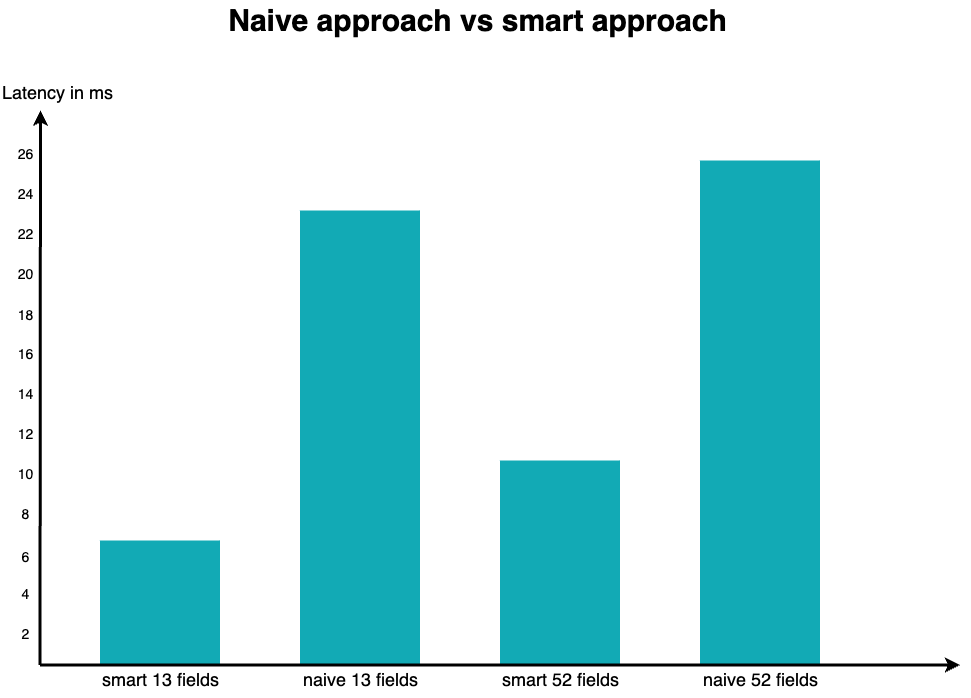
Earlier version of the draw.io export performance_comparison.png (PrivacyEngineering/purpl-naive-approach). Source tidied: cells renumbered, new cells last; positions are measured from the earlier drawing's top-left corner, leaving out a move shared by most shapes. Its diagram source:
```xml
<mxGraphModel>
  <root>
    <mxCell id="0" />
    <mxCell id="1" parent="0" />
    <mxCell id="2" style="whiteSpace=wrap;fillColor=#12AAB5;gradientColor=none;gradientDirection=east;strokeColor=none;html=1;fontColor=#23445d;" parent="1" vertex="1">
      <mxGeometry x="99.5" y="540" width="120" height="124.5" as="geometry" />
    </mxCell>
    <mxCell id="3" style="whiteSpace=wrap;fillColor=#12AAB5;gradientColor=none;gradientDirection=east;strokeColor=none;html=1;fontColor=#23445d;" parent="1" vertex="1">
      <mxGeometry x="299.5" y="210" width="120" height="454.5" as="geometry" />
    </mxCell>
    <mxCell id="4" style="whiteSpace=wrap;fillColor=#12AAB5;gradientColor=none;gradientDirection=east;strokeColor=none;html=1;fontColor=#23445d;" parent="1" vertex="1">
      <mxGeometry x="499.5" y="460" width="120" height="204.5" as="geometry" />
    </mxCell>
    <mxCell id="5" style="whiteSpace=wrap;fillColor=#12AAB5;gradientColor=none;gradientDirection=east;strokeColor=none;html=1;fontColor=#23445d;" parent="1" vertex="1">
      <mxGeometry x="699.5" y="160" width="120" height="504.5" as="geometry" />
    </mxCell>
    <mxCell id="6" style="edgeStyle=none;html=1;fontColor=#000000;strokeWidth=3;strokeColor=#000000;" parent="1" edge="1">
      <mxGeometry relative="1" as="geometry">
        <mxPoint x="39.5" y="664.5" as="sourcePoint" />
        <mxPoint x="40" y="110" as="targetPoint" />
      </mxGeometry>
    </mxCell>
    <mxCell id="7" style="edgeStyle=none;html=1;fontColor=#000000;strokeWidth=3;strokeColor=#000000;" parent="1" edge="1">
      <mxGeometry relative="1" as="geometry">
        <mxPoint x="39.5" y="664.5" as="sourcePoint" />
        <mxPoint x="959.5" y="664.5" as="targetPoint" />
      </mxGeometry>
    </mxCell>
    <mxCell id="8" value="smart 13 fields" style="text;spacingTop=-5;align=center;verticalAlign=middle;fontStyle=0;html=1;fontSize=18;strokeColor=none;" parent="1" vertex="1">
      <mxGeometry x="99.5" y="666.5" width="120" height="30" as="geometry" />
    </mxCell>
    <mxCell id="9" value="naive 13 fields" style="text;spacingTop=-5;align=center;verticalAlign=middle;fontStyle=0;html=1;fontSize=18;strokeColor=none;" parent="1" vertex="1">
      <mxGeometry x="299.5" y="666.5" width="120" height="30" as="geometry" />
    </mxCell>
    <mxCell id="10" value="smart 52 fields" style="text;spacingTop=-5;align=center;verticalAlign=middle;fontStyle=0;html=1;fontSize=18;strokeColor=none;" parent="1" vertex="1">
      <mxGeometry x="499.5" y="666.5" width="120" height="30" as="geometry" />
    </mxCell>
    <mxCell id="11" value="Latency in ms" style="text;spacingTop=-5;html=1;fontSize=18;fontStyle=0;" parent="1" vertex="1">
      <mxGeometry x="-0.5" y="80" width="80" height="20" as="geometry" />
    </mxCell>
    <mxCell id="12" value="&lt;font style=&quot;font-size: 14px;&quot;&gt;2&lt;/font&gt;" style="text;spacingTop=-5;align=center;verticalAlign=middle;fontStyle=0;html=1;fontSize=18;" parent="1" vertex="1">
      <mxGeometry x="20.8" y="630" width="7.5" height="9" as="geometry" />
    </mxCell>
    <mxCell id="13" value="&lt;font style=&quot;font-size: 30px;&quot;&gt;Naive approach vs smart approach&lt;/font&gt;" style="text;spacingTop=-5;align=center;verticalAlign=middle;fontSize=30;fontStyle=1;html=1;" parent="1" vertex="1">
      <mxGeometry x="72" width="810" height="45" as="geometry" />
    </mxCell>
    <mxCell id="14" value="naive 52 fields" style="text;spacingTop=-5;align=center;verticalAlign=middle;fontStyle=0;html=1;fontSize=18;strokeColor=none;" parent="1" vertex="1">
      <mxGeometry x="699.5" y="666.5" width="120" height="30" as="geometry" />
    </mxCell>
    <mxCell id="15" value="&lt;font style=&quot;font-size: 14px;&quot;&gt;4&lt;/font&gt;" style="text;spacingTop=-5;align=center;verticalAlign=middle;fontStyle=0;html=1;fontSize=18;" parent="1" vertex="1">
      <mxGeometry x="20.8" y="590" width="7.5" height="9" as="geometry" />
    </mxCell>
    <mxCell id="16" value="&lt;font style=&quot;font-size: 14px;&quot;&gt;6&lt;/font&gt;" style="text;spacingTop=-5;align=center;verticalAlign=middle;fontStyle=0;html=1;fontSize=18;" parent="1" vertex="1">
      <mxGeometry x="20.8" y="550" width="7.5" height="14.5" as="geometry" />
    </mxCell>
    <mxCell id="17" value="&lt;font style=&quot;font-size: 14px;&quot;&gt;8&lt;/font&gt;" style="text;spacingTop=-5;align=center;verticalAlign=middle;fontStyle=0;html=1;fontSize=18;" parent="1" vertex="1">
      <mxGeometry x="20.8" y="510" width="7.5" height="9" as="geometry" />
    </mxCell>
    <mxCell id="18" value="&lt;font style=&quot;font-size: 14px;&quot;&gt;10&lt;/font&gt;" style="text;spacingTop=-5;align=center;verticalAlign=middle;fontStyle=0;html=1;fontSize=18;" parent="1" vertex="1">
      <mxGeometry x="20.8" y="470" width="7.5" height="9" as="geometry" />
    </mxCell>
    <mxCell id="19" value="&lt;font style=&quot;font-size: 14px;&quot;&gt;12&lt;/font&gt;" style="text;spacingTop=-5;align=center;verticalAlign=middle;fontStyle=0;html=1;fontSize=18;" parent="1" vertex="1">
      <mxGeometry x="20.8" y="430" width="7.5" height="9" as="geometry" />
    </mxCell>
    <mxCell id="20" value="&lt;font style=&quot;font-size: 14px;&quot;&gt;14&lt;/font&gt;" style="text;spacingTop=-5;align=center;verticalAlign=middle;fontStyle=0;html=1;fontSize=18;" parent="1" vertex="1">
      <mxGeometry x="20.8" y="390" width="7.5" height="9" as="geometry" />
    </mxCell>
    <mxCell id="21" value="&lt;font style=&quot;font-size: 14px;&quot;&gt;16&lt;br&gt;&lt;/font&gt;" style="text;spacingTop=-5;align=center;verticalAlign=middle;fontStyle=0;html=1;fontSize=18;" parent="1" vertex="1">
      <mxGeometry x="20.8" y="350" width="7.5" height="9" as="geometry" />
    </mxCell>
    <mxCell id="22" value="&lt;font style=&quot;font-size: 14px;&quot;&gt;18&lt;br&gt;&lt;/font&gt;" style="text;spacingTop=-5;align=center;verticalAlign=middle;fontStyle=0;html=1;fontSize=18;" parent="1" vertex="1">
      <mxGeometry x="20.8" y="311" width="7.5" height="9" as="geometry" />
    </mxCell>
    <mxCell id="23" value="&lt;font style=&quot;font-size: 14px;&quot;&gt;20&lt;br&gt;&lt;/font&gt;" style="text;spacingTop=-5;align=center;verticalAlign=middle;fontStyle=0;html=1;fontSize=18;" parent="1" vertex="1">
      <mxGeometry x="20.8" y="270" width="7.5" height="9" as="geometry" />
    </mxCell>
    <mxCell id="24" value="&lt;font style=&quot;font-size: 14px;&quot;&gt;22&lt;br&gt;&lt;/font&gt;" style="text;spacingTop=-5;align=center;verticalAlign=middle;fontStyle=0;html=1;fontSize=18;" parent="1" vertex="1">
      <mxGeometry x="20.8" y="230" width="7.5" height="9" as="geometry" />
    </mxCell>
    <mxCell id="25" value="&lt;font style=&quot;font-size: 14px;&quot;&gt;24&lt;br&gt;&lt;/font&gt;" style="text;spacingTop=-5;align=center;verticalAlign=middle;fontStyle=0;html=1;fontSize=18;" parent="1" vertex="1">
      <mxGeometry x="20.8" y="190" width="7.5" height="9" as="geometry" />
    </mxCell>
    <mxCell id="26" value="&lt;font style=&quot;font-size: 14px;&quot;&gt;26&lt;br&gt;&lt;/font&gt;" style="text;spacingTop=-5;align=center;verticalAlign=middle;fontStyle=0;html=1;fontSize=18;" parent="1" vertex="1">
      <mxGeometry x="20.8" y="150" width="7.5" height="9" as="geometry" />
    </mxCell>
  </root>
</mxGraphModel>
```
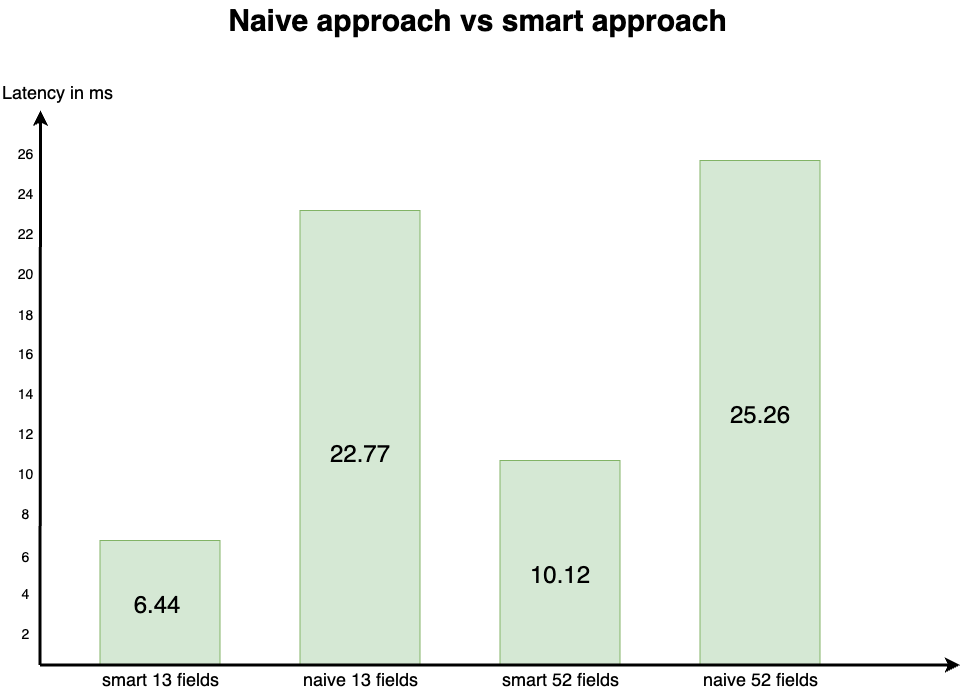
Above is the later version.

What changed in the source:
```diff
@@ -2,16 +2,16 @@
   <root>
     <mxCell id="0" />
     <mxCell id="1" parent="0" />
-    <mxCell id="2" style="whiteSpace=wrap;fillColor=#12AAB5;gradientColor=none;gradientDirection=east;strokeColor=none;html=1;fontColor=#23445d;" parent="1" vertex="1">
+    <mxCell id="2" style="whiteSpace=wrap;fillColor=#d5e8d4;gradientDirection=east;strokeColor=#82b366;html=1;" parent="1" vertex="1">
       <mxGeometry x="99.5" y="540" width="120" height="124.5" as="geometry" />
     </mxCell>
-    <mxCell id="3" style="whiteSpace=wrap;fillColor=#12AAB5;gradientColor=none;gradientDirection=east;strokeColor=none;html=1;fontColor=#23445d;" parent="1" vertex="1">
+    <mxCell id="3" style="whiteSpace=wrap;fillColor=#d5e8d4;gradientDirection=east;strokeColor=#82b366;html=1;" parent="1" vertex="1">
       <mxGeometry x="299.5" y="210" width="120" height="454.5" as="geometry" />
     </mxCell>
-    <mxCell id="4" style="whiteSpace=wrap;fillColor=#12AAB5;gradientColor=none;gradientDirection=east;strokeColor=none;html=1;fontColor=#23445d;" parent="1" vertex="1">
+    <mxCell id="4" style="whiteSpace=wrap;fillColor=#d5e8d4;gradientDirection=east;strokeColor=#82b366;html=1;" parent="1" vertex="1">
       <mxGeometry x="499.5" y="460" width="120" height="204.5" as="geometry" />
     </mxCell>
-    <mxCell id="5" style="whiteSpace=wrap;fillColor=#12AAB5;gradientColor=none;gradientDirection=east;strokeColor=none;html=1;fontColor=#23445d;" parent="1" vertex="1">
+    <mxCell id="5" style="whiteSpace=wrap;fillColor=#d5e8d4;gradientDirection=east;strokeColor=#82b366;html=1;" parent="1" vertex="1">
       <mxGeometry x="699.5" y="160" width="120" height="504.5" as="geometry" />
     </mxCell>
     <mxCell id="6" style="edgeStyle=none;html=1;fontColor=#000000;strokeWidth=3;strokeColor=#000000;" parent="1" edge="1">
@@ -83,5 +83,17 @@
     <mxCell id="26" value="&lt;font style=&quot;font-size: 14px;&quot;&gt;26&lt;br&gt;&lt;/font&gt;" style="text;spacingTop=-5;align=center;verticalAlign=middle;fontStyle=0;html=1;fontSize=18;" parent="1" vertex="1">
       <mxGeometry x="20.8" y="150" width="7.5" height="9" as="geometry" />
     </mxCell>
+    <mxCell id="27" value="&lt;font style=&quot;font-size: 24px;&quot;&gt;6.44&lt;/font&gt;" style="text;html=1;strokeColor=none;fillColor=none;align=center;verticalAlign=middle;whiteSpace=wrap;rounded=0;" parent="1" vertex="1">
+      <mxGeometry x="127" y="590" width="60" height="30" as="geometry" />
+    </mxCell>
+    <mxCell id="28" value="&lt;font style=&quot;font-size: 24px;&quot;&gt;22.77&lt;/font&gt;" style="text;html=1;strokeColor=none;fillColor=none;align=center;verticalAlign=middle;whiteSpace=wrap;rounded=0;" parent="1" vertex="1">
+      <mxGeometry x="329.5" y="439" width="60" height="30" as="geometry" />
+    </mxCell>
+    <mxCell id="29" value="&lt;font style=&quot;font-size: 24px;&quot;&gt;10.12&lt;/font&gt;" style="text;html=1;strokeColor=none;fillColor=none;align=center;verticalAlign=middle;whiteSpace=wrap;rounded=0;" parent="1" vertex="1">
+      <mxGeometry x="529.5" y="560" width="60" height="30" as="geometry" />
+    </mxCell>
+    <mxCell id="30" value="&lt;font style=&quot;font-size: 24px;&quot;&gt;25.26&lt;/font&gt;" style="text;html=1;strokeColor=none;fillColor=none;align=center;verticalAlign=middle;whiteSpace=wrap;rounded=0;" parent="1" vertex="1">
+      <mxGeometry x="729.5" y="400" width="60" height="30" as="geometry" />
+    </mxCell>
   </root>
 </mxGraphModel>
```
